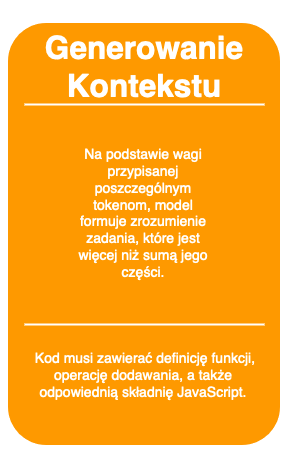
The draw.io diagram follow-ups/ai-assisted-coding/img/etap4.png in girlsjs/kurs, before a commit. Source tidied: cells renumbered, new cells last; positions are measured from the earlier drawing's top-left corner, leaving out a move shared by most shapes. The source it was exported from:
```xml
<mxGraphModel>
  <root>
    <mxCell id="0" />
    <mxCell id="1" parent="0" />
    <mxCell id="2" style="whiteSpace=wrap;html=1;rounded=1;shadow=0;strokeWidth=8;fontSize=20;align=center;fillColor=#FE9900;strokeColor=#FFFFFF;" parent="1" vertex="1">
      <mxGeometry width="280" height="430" as="geometry" />
    </mxCell>
    <mxCell id="3" value="&lt;h3&gt;&lt;strong&gt;Generowanie Kontekstu&lt;/strong&gt;&lt;/h3&gt;" style="text;html=1;strokeColor=none;fillColor=none;align=center;verticalAlign=middle;whiteSpace=wrap;rounded=0;shadow=0;fontSize=27;fontColor=#FFFFFF;fontStyle=1;" parent="1" vertex="1">
      <mxGeometry y="20" width="280" height="60" as="geometry" />
    </mxCell>
    <mxCell id="4" value="&amp;nbsp;Kod musi zawierać definicję funkcji, operację dodawania, a także odpowiednią składnię JavaScript." style="text;html=1;strokeColor=none;fillColor=none;align=center;verticalAlign=middle;whiteSpace=wrap;rounded=0;shadow=0;fontSize=14;fontColor=#FFFFFF;" parent="1" vertex="1">
      <mxGeometry x="11" y="312" width="256" height="90" as="geometry" />
    </mxCell>
    <mxCell id="5" style="line;strokeWidth=2;html=1;rounded=0;shadow=0;fontSize=27;align=center;fillColor=none;strokeColor=#FFFFFF;" parent="1" vertex="1">
      <mxGeometry x="20" y="80" width="240" height="10" as="geometry" />
    </mxCell>
    <mxCell id="6" style="line;strokeWidth=2;html=1;rounded=0;shadow=0;fontSize=27;align=center;fillColor=none;strokeColor=#FFFFFF;" parent="1" vertex="1">
      <mxGeometry x="20" y="300" width="240" height="10" as="geometry" />
    </mxCell>
    <mxCell id="7" value="Na podstawie wagi przypisanej poszczególnym tokenom, model formuje zrozumienie zadania, które jest więcej niż sumą jego części. " style="text;strokeColor=none;align=center;fillColor=none;html=1;verticalAlign=middle;whiteSpace=wrap;rounded=0;fontSize=14;fontColor=#FFFFFF;" parent="1" vertex="1">
      <mxGeometry x="64" y="145" width="150" height="100" as="geometry" />
    </mxCell>
  </root>
</mxGraphModel>
```
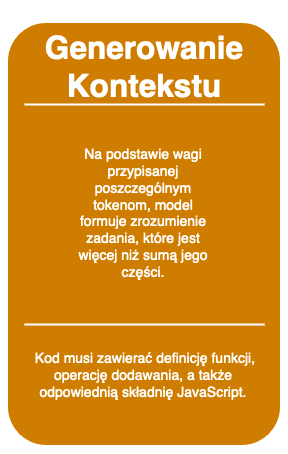
Later version of the same file.

Diff of the diagram source:
```diff
@@ -2,7 +2,7 @@
   <root>
     <mxCell id="0" />
     <mxCell id="1" parent="0" />
-    <mxCell id="2" style="whiteSpace=wrap;html=1;rounded=1;shadow=0;strokeWidth=8;fontSize=20;align=center;fillColor=#FE9900;strokeColor=#FFFFFF;" parent="1" vertex="1">
+    <mxCell id="2" style="whiteSpace=wrap;html=1;rounded=1;shadow=0;strokeWidth=8;fontSize=20;align=center;fillColor=#CF7D00;strokeColor=#FFFFFF;" parent="1" vertex="1">
       <mxGeometry width="280" height="430" as="geometry" />
     </mxCell>
     <mxCell id="3" value="&lt;h3&gt;&lt;strong&gt;Generowanie Kontekstu&lt;/strong&gt;&lt;/h3&gt;" style="text;html=1;strokeColor=none;fillColor=none;align=center;verticalAlign=middle;whiteSpace=wrap;rounded=0;shadow=0;fontSize=27;fontColor=#FFFFFF;fontStyle=1;" parent="1" vertex="1">
```
